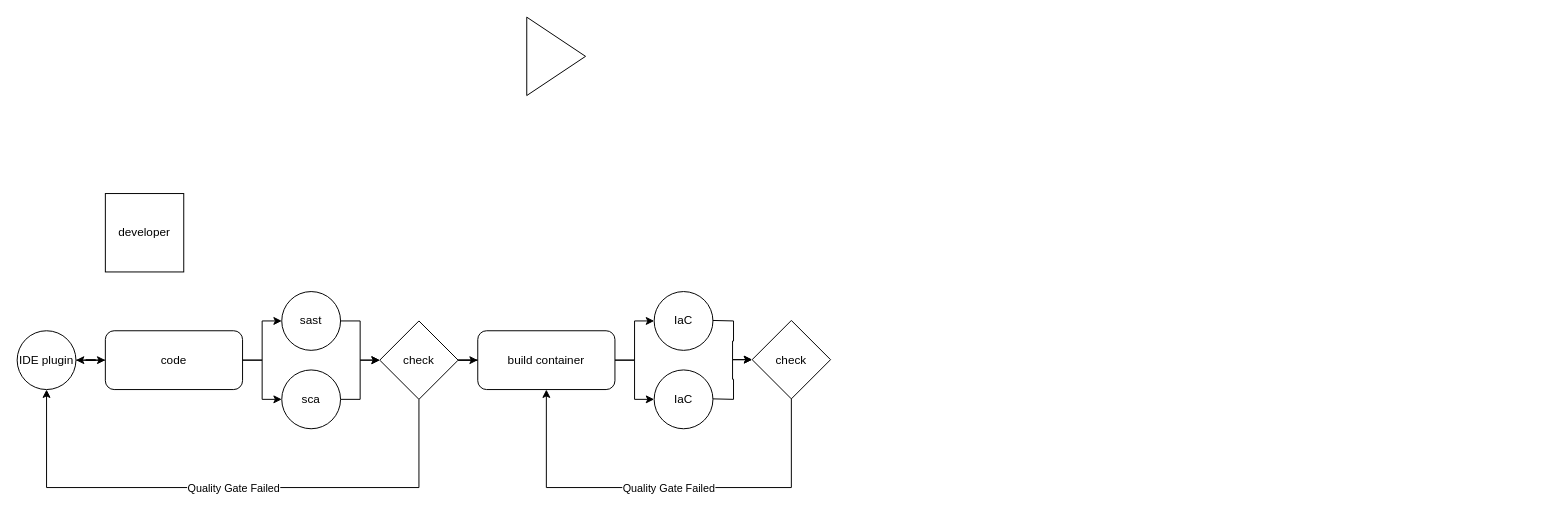
Earlier version of the draw.io diagram SSDLC.drawio (elfensky/draw.io). Source tidied: cells renumbered, new cells numbered last; positions are measured from the earlier drawing's top-left corner, leaving out a move shared by most shapes. Both pictures are drawn from the tidied source at 98%, with x=0, y=0 at pixel (17, 17).
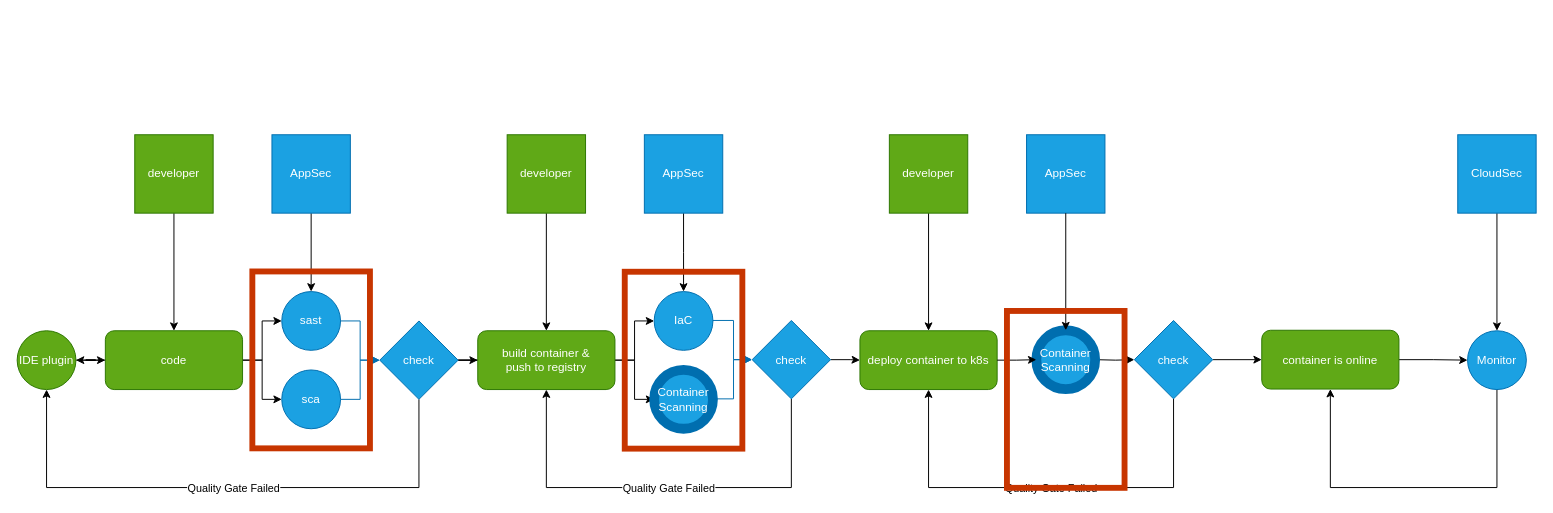
After the change.

Change to the diagram source:
```diff
@@
-    <mxCell id="2" style="triangle;whiteSpace=wrap;html=1;" parent="1" vertex="1">
-      <mxGeometry x="520" width="60" height="80" as="geometry" />
-    </mxCell>
+    <mxCell id="28" style="edgeStyle=orthogonalEdgeStyle;rounded=0;jettySize=auto;html=1;entryX=0.5;entryY=0;entryDx=0;entryDy=0;" parent="1" edge="1" source="3" target="11">
+      <mxGeometry relative="1" as="geometry" />
+    </mxCell>
-    <mxCell id="3" value="developer" style="whiteSpace=wrap;html=1;" parent="1" vertex="1">
-      <mxGeometry x="90" y="180" width="80" height="80" as="geometry" />
+    <mxCell id="3" value="developer" style="whiteSpace=wrap;html=1;fillColor=#60a917;fontColor=#ffffff;strokeColor=#2D7600;" parent="1" vertex="1">
+      <mxGeometry x="120" y="120" width="80" height="80" as="geometry" />
     </mxCell>
-    <mxCell id="4" style="edgeStyle=orthogonalEdgeStyle;rounded=0;jettySize=auto;html=1;entryX=0;entryY=0.5;entryDx=0;entryDy=0;" parent="1" edge="1" source="5" target="18">
+    <mxCell id="4" style="edgeStyle=orthogonalEdgeStyle;rounded=0;jettySize=auto;html=1;entryX=0;entryY=0.5;entryDx=0;entryDy=0;fillColor=#1ba1e2;strokeColor=#006EAF;" parent="1" edge="1" source="5" target="18">
       <mxGeometry relative="1" as="geometry" />
     </mxCell>
-    <mxCell id="5" value="sast" style="ellipse;whiteSpace=wrap;html=1;" parent="1" vertex="1">
+    <mxCell id="5" value="sast" style="ellipse;whiteSpace=wrap;html=1;fillColor=#1ba1e2;fontColor=#ffffff;strokeColor=#006EAF;" parent="1" vertex="1">
       <mxGeometry x="270" y="280" width="60" height="60" as="geometry" />
     </mxCell>
-    <mxCell id="6" style="edgeStyle=orthogonalEdgeStyle;rounded=0;jettySize=auto;html=1;entryX=0;entryY=0.5;entryDx=0;entryDy=0;" parent="1" edge="1" source="7" target="18">
+    <mxCell id="6" style="edgeStyle=orthogonalEdgeStyle;rounded=0;jettySize=auto;html=1;entryX=0;entryY=0.5;entryDx=0;entryDy=0;fillColor=#1ba1e2;strokeColor=#006EAF;" parent="1" edge="1" source="7" target="18">
       <mxGeometry relative="1" as="geometry" />
     </mxCell>
-    <mxCell id="7" value="sca" style="ellipse;whiteSpace=wrap;html=1;" parent="1" vertex="1">
+    <mxCell id="7" value="sca" style="ellipse;whiteSpace=wrap;html=1;fillColor=#1ba1e2;fontColor=#ffffff;strokeColor=#006EAF;" parent="1" vertex="1">
       <mxGeometry x="270" y="360" width="60" height="60" as="geometry" />
     </mxCell>
@@
-    <mxCell id="11" value="code" style="rounded=1;whiteSpace=wrap;html=1;" parent="1" vertex="1">
+    <mxCell id="11" value="code" style="rounded=1;whiteSpace=wrap;html=1;fillColor=#60a917;fontColor=#ffffff;strokeColor=#2D7600;" parent="1" vertex="1">
       <mxGeometry x="90" y="320" width="140" height="60" as="geometry" />
     </mxCell>
@@
-    <mxCell id="13" value="IDE plugin" style="ellipse;whiteSpace=wrap;html=1;" parent="1" vertex="1">
+    <mxCell id="13" value="IDE plugin" style="ellipse;whiteSpace=wrap;html=1;fillColor=#60a917;fontColor=#ffffff;strokeColor=#2D7600;" parent="1" vertex="1">
       <mxGeometry y="320" width="60" height="60" as="geometry" />
     </mxCell>
-    <mxCell id="14" value="IaC" style="ellipse;whiteSpace=wrap;html=1;" parent="1" vertex="1">
+    <mxCell id="14" value="IaC" style="ellipse;whiteSpace=wrap;html=1;fillColor=#1ba1e2;fontColor=#ffffff;strokeColor=#006EAF;" parent="1" vertex="1">
       <mxGeometry x="650" y="280" width="60" height="60" as="geometry" />
     </mxCell>
@@
-    <mxCell id="18" value="check" style="rhombus;whiteSpace=wrap;html=1;" parent="1" vertex="1">
+    <mxCell id="18" value="check" style="rhombus;whiteSpace=wrap;html=1;fillColor=#1ba1e2;fontColor=#ffffff;strokeColor=#006EAF;" parent="1" vertex="1">
       <mxGeometry x="370" y="310" width="80" height="80" as="geometry" />
     </mxCell>
@@
-    <mxCell id="21" value="build container" style="rounded=1;whiteSpace=wrap;html=1;" parent="1" vertex="1">
+    <mxCell id="21" value="build container &amp;amp; &lt;br&gt;push to registry" style="rounded=1;whiteSpace=wrap;html=1;fillColor=#60a917;fontColor=#ffffff;strokeColor=#2D7600;" parent="1" vertex="1">
       <mxGeometry x="470" y="320" width="140" height="60" as="geometry" />
     </mxCell>
-    <mxCell id="22" value="IaC" style="ellipse;whiteSpace=wrap;html=1;" parent="1" vertex="1">
+    <mxCell id="22" value="Container Scanning" style="ellipse;whiteSpace=wrap;html=1;fillColor=#1ba1e2;fontColor=#ffffff;strokeColor=light-dark(#006EAF, #ff00f7);strokeWidth=10;" parent="1" vertex="1">
       <mxGeometry x="650" y="360" width="60" height="60" as="geometry" />
     </mxCell>
-    <mxCell id="23" style="edgeStyle=orthogonalEdgeStyle;rounded=0;jettySize=auto;html=1;entryX=0;entryY=0.5;entryDx=0;entryDy=0;" parent="1" edge="1" target="27">
+    <mxCell id="23" style="edgeStyle=orthogonalEdgeStyle;rounded=0;jettySize=auto;html=1;entryX=0;entryY=0.5;entryDx=0;entryDy=0;fillColor=#1ba1e2;strokeColor=#006EAF;" parent="1" edge="1" target="27">
       <mxGeometry relative="1" as="geometry">
         <mxPoint x="710" y="309.5" as="sourcePoint" />
+        <Array as="points">
+          <mxPoint x="731" y="309" />
+          <mxPoint x="731" y="349" />
+        </Array>
       </mxGeometry>
     </mxCell>
-    <mxCell id="24" style="edgeStyle=orthogonalEdgeStyle;rounded=0;jettySize=auto;html=1;entryX=0;entryY=0.5;entryDx=0;entryDy=0;" parent="1" edge="1" target="27">
+    <mxCell id="24" style="edgeStyle=orthogonalEdgeStyle;rounded=0;jettySize=auto;html=1;entryX=0;entryY=0.5;entryDx=0;entryDy=0;fillColor=#1ba1e2;strokeColor=#006EAF;" parent="1" edge="1" target="27">
       <mxGeometry relative="1" as="geometry">
         <mxPoint x="710" y="389.5" as="sourcePoint" />
+        <Array as="points">
+          <mxPoint x="731" y="389" />
+          <mxPoint x="731" y="349" />
+        </Array>
       </mxGeometry>
     </mxCell>
@@
+    <mxCell id="29" style="edgeStyle=orthogonalEdgeStyle;rounded=0;jettySize=auto;html=1;entryX=0;entryY=0.5;entryDx=0;entryDy=0;" parent="1" edge="1" source="27" target="36">
+      <mxGeometry relative="1" as="geometry" />
+    </mxCell>
-    <mxCell id="27" value="check" style="rhombus;whiteSpace=wrap;html=1;" parent="1" vertex="1">
+    <mxCell id="27" value="check" style="rhombus;whiteSpace=wrap;html=1;fillColor=#1ba1e2;fontColor=#ffffff;strokeColor=#006EAF;" parent="1" vertex="1">
       <mxGeometry x="750" y="309.5" width="80" height="80" as="geometry" />
     </mxCell>
+    <mxCell id="30" style="edgeStyle=orthogonalEdgeStyle;rounded=0;jettySize=auto;html=1;" parent="1" edge="1" source="31" target="5">
+      <mxGeometry relative="1" as="geometry" />
+    </mxCell>
+    <mxCell id="31" value="AppSec" style="whiteSpace=wrap;html=1;fillColor=#1ba1e2;fontColor=#ffffff;strokeColor=#006EAF;" parent="1" vertex="1">
+      <mxGeometry x="260" y="120" width="80" height="80" as="geometry" />
+    </mxCell>
+    <mxCell id="32" style="edgeStyle=orthogonalEdgeStyle;rounded=0;jettySize=auto;html=1;entryX=0.5;entryY=0;entryDx=0;entryDy=0;" parent="1" edge="1" source="33" target="21">
+      <mxGeometry relative="1" as="geometry" />
+    </mxCell>
+    <mxCell id="33" value="developer" style="whiteSpace=wrap;html=1;fillColor=#60a917;fontColor=#ffffff;strokeColor=#2D7600;" parent="1" vertex="1">
+      <mxGeometry x="500" y="120" width="80" height="80" as="geometry" />
+    </mxCell>
+    <mxCell id="34" style="edgeStyle=orthogonalEdgeStyle;rounded=0;jettySize=auto;html=1;" parent="1" edge="1" source="35">
+      <mxGeometry relative="1" as="geometry">
+        <mxPoint x="680" y="280" as="targetPoint" />
+      </mxGeometry>
+    </mxCell>
+    <mxCell id="35" value="AppSec" style="whiteSpace=wrap;html=1;fillColor=#1ba1e2;fontColor=#ffffff;strokeColor=#006EAF;" parent="1" vertex="1">
+      <mxGeometry x="640" y="120" width="80" height="80" as="geometry" />
+    </mxCell>
+    <mxCell id="36" value="deploy container to k8s" style="rounded=1;whiteSpace=wrap;html=1;fillColor=#60a917;fontColor=#ffffff;strokeColor=#2D7600;" parent="1" vertex="1">
+      <mxGeometry x="860" y="320" width="140" height="60" as="geometry" />
+    </mxCell>
+    <mxCell id="37" style="edgeStyle=orthogonalEdgeStyle;rounded=0;jettySize=auto;html=1;entryX=0;entryY=0.5;entryDx=0;entryDy=0;" parent="1" edge="1" target="41">
+      <mxGeometry relative="1" as="geometry">
+        <mxPoint x="1100" y="349.5" as="sourcePoint" />
+      </mxGeometry>
+    </mxCell>
+    <mxCell id="38" style="edgeStyle=orthogonalEdgeStyle;rounded=0;jettySize=auto;html=1;entryX=0.5;entryY=1;entryDx=0;entryDy=0;" parent="1" edge="1" source="41" target="36">
+      <mxGeometry relative="1" as="geometry">
+        <Array as="points">
+          <mxPoint x="1180" y="480" />
+          <mxPoint x="930" y="480" />
+        </Array>
+      </mxGeometry>
+    </mxCell>
+    <mxCell id="39" value="&lt;font style=&quot;color: light-dark(rgb(0, 0, 0), rgb(255, 0, 0));&quot;&gt;Quality Gate Failed&lt;/font&gt;" style="edgeLabel;html=1;align=center;verticalAlign=middle;" parent="38" vertex="1">
+      <mxGeometry x="-0.02" y="3" relative="1" as="geometry">
+        <mxPoint y="-3" as="offset" />
+      </mxGeometry>
+    </mxCell>
+    <mxCell id="40" style="edgeStyle=orthogonalEdgeStyle;rounded=0;jettySize=auto;html=1;entryX=0;entryY=0.5;entryDx=0;entryDy=0;" parent="1" edge="1" source="41" target="46">
+      <mxGeometry relative="1" as="geometry" />
+    </mxCell>
+    <mxCell id="41" value="check" style="rhombus;whiteSpace=wrap;html=1;fillColor=#1ba1e2;fontColor=#ffffff;strokeColor=#006EAF;" parent="1" vertex="1">
+      <mxGeometry x="1140" y="309.5" width="80" height="80" as="geometry" />
+    </mxCell>
+    <mxCell id="42" style="edgeStyle=orthogonalEdgeStyle;rounded=0;jettySize=auto;html=1;entryX=0.5;entryY=0;entryDx=0;entryDy=0;" parent="1" edge="1" source="43" target="36">
+      <mxGeometry relative="1" as="geometry" />
+    </mxCell>
+    <mxCell id="43" value="developer" style="whiteSpace=wrap;html=1;fillColor=#60a917;fontColor=#ffffff;strokeColor=#2D7600;" parent="1" vertex="1">
+      <mxGeometry x="890" y="120" width="80" height="80" as="geometry" />
+    </mxCell>
+    <mxCell id="44" value="AppSec" style="whiteSpace=wrap;html=1;fillColor=#1ba1e2;fontColor=#ffffff;strokeColor=#006EAF;" parent="1" vertex="1">
+      <mxGeometry x="1030" y="120" width="80" height="80" as="geometry" />
+    </mxCell>
+    <mxCell id="45" style="edgeStyle=orthogonalEdgeStyle;rounded=0;jettySize=auto;html=1;entryX=0;entryY=0.5;entryDx=0;entryDy=0;" parent="1" edge="1" source="46" target="50">
+      <mxGeometry relative="1" as="geometry" />
+    </mxCell>
+    <mxCell id="46" value="container is online" style="rounded=1;whiteSpace=wrap;html=1;fillColor=#60a917;fontColor=#ffffff;strokeColor=#2D7600;" parent="1" vertex="1">
+      <mxGeometry x="1270" y="319.5" width="140" height="60" as="geometry" />
+    </mxCell>
+    <mxCell id="47" style="edgeStyle=orthogonalEdgeStyle;rounded=0;jettySize=auto;html=1;entryX=0.5;entryY=0;entryDx=0;entryDy=0;" parent="1" edge="1" source="48" target="50">
+      <mxGeometry relative="1" as="geometry" />
+    </mxCell>
+    <mxCell id="48" value="CloudSec" style="whiteSpace=wrap;html=1;fillColor=#1ba1e2;fontColor=#ffffff;strokeColor=#006EAF;" parent="1" vertex="1">
+      <mxGeometry x="1470" y="120" width="80" height="80" as="geometry" />
+    </mxCell>
+    <mxCell id="49" style="edgeStyle=orthogonalEdgeStyle;rounded=0;jettySize=auto;html=1;entryX=0.5;entryY=1;entryDx=0;entryDy=0;" parent="1" edge="1" source="50" target="46">
+      <mxGeometry relative="1" as="geometry">
+        <Array as="points">
+          <mxPoint x="1510" y="480" />
+          <mxPoint x="1340" y="480" />
+        </Array>
+      </mxGeometry>
+    </mxCell>
+    <mxCell id="50" value="Monitor" style="ellipse;whiteSpace=wrap;html=1;fillColor=#1ba1e2;fontColor=#ffffff;strokeColor=#006EAF;" parent="1" vertex="1">
+      <mxGeometry x="1480" y="320" width="60" height="60" as="geometry" />
+    </mxCell>
+    <mxCell id="51" value="Container Scanning" style="ellipse;whiteSpace=wrap;html=1;fillColor=#1ba1e2;fontColor=#ffffff;strokeColor=light-dark(#006EAF, #ff00f7);strokeWidth=10;" parent="1" vertex="1">
+      <mxGeometry x="1040" y="319.5" width="60" height="60" as="geometry" />
+    </mxCell>
+    <mxCell id="52" style="edgeStyle=orthogonalEdgeStyle;rounded=0;jettySize=auto;html=1;entryX=0;entryY=0.5;entryDx=0;entryDy=0;" parent="1" edge="1" source="36" target="51">
+      <mxGeometry relative="1" as="geometry" />
+    </mxCell>
+    <mxCell id="53" style="edgeStyle=orthogonalEdgeStyle;rounded=0;jettySize=auto;html=1;entryX=0.5;entryY=0;entryDx=0;entryDy=0;" parent="1" edge="1" source="44" target="51">
+      <mxGeometry relative="1" as="geometry" />
+    </mxCell>
+    <mxCell id="54" style="rounded=0;whiteSpace=wrap;html=1;fillColor=none;fontColor=#000000;strokeColor=#C73500;strokeWidth=6;" parent="1" vertex="1">
+      <mxGeometry x="240" y="259.5" width="120" height="180.5" as="geometry" />
+    </mxCell>
+    <mxCell id="55" style="rounded=0;whiteSpace=wrap;html=1;fillColor=none;fontColor=#000000;strokeColor=#C73500;strokeWidth=6;" parent="1" vertex="1">
+      <mxGeometry x="620" y="259.8" width="120" height="180.5" as="geometry" />
+    </mxCell>
+    <mxCell id="56" style="rounded=0;whiteSpace=wrap;html=1;fillColor=none;fontColor=#000000;strokeColor=#C73500;strokeWidth=6;" parent="1" vertex="1">
+      <mxGeometry x="1010" y="299.8" width="120" height="180.5" as="geometry" />
+    </mxCell>
```
